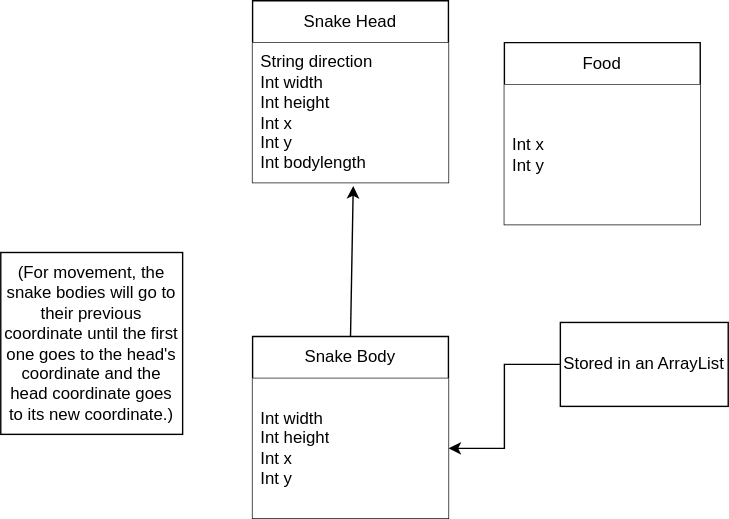
banananabusiness/project keeps this draw.io diagram as snake/snakeclassdiagram.drawio.svg. Above is the earlier version. Source tidied: cells renumbered, new cells last; positions are measured from the earlier drawing's top-left corner, leaving out a move shared by most shapes.
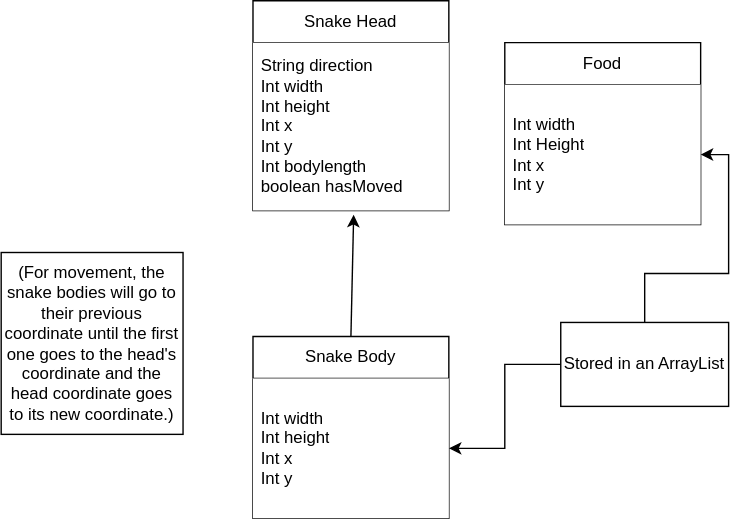
Above is the later version.

Change to the diagram source:
```diff
@@ -3,10 +3,10 @@
     <mxCell id="0" />
     <mxCell id="1" parent="0" />
     <mxCell id="2" value="Snake Head" style="swimlane;fontStyle=0;horizontal=1;startSize=30;whiteSpace=wrap;html=1;" parent="1" vertex="1">
-      <mxGeometry x="180" width="140" height="130" as="geometry" />
+      <mxGeometry x="180" width="140" height="150" as="geometry" />
     </mxCell>
-    <mxCell id="3" value="String direction&lt;br&gt;Int width&lt;br&gt;Int height&lt;br&gt;Int x&lt;br&gt;Int y&lt;br&gt;Int bodylength" style="text;align=left;verticalAlign=middle;spacingLeft=4;spacingRight=4;overflow=hidden;points=[[0,0.5],[1,0.5]];portConstraint=eastwest;whiteSpace=wrap;html=1;fillColor=default;" parent="2" vertex="1">
-      <mxGeometry y="30" width="140" height="100" as="geometry" />
+    <mxCell id="3" value="String direction&lt;br&gt;Int width&lt;br&gt;Int height&lt;br&gt;Int x&lt;br&gt;Int y&lt;br&gt;Int bodylength&lt;br&gt;boolean hasMoved" style="text;align=left;verticalAlign=middle;spacingLeft=4;spacingRight=4;overflow=hidden;points=[[0,0.5],[1,0.5]];portConstraint=eastwest;whiteSpace=wrap;html=1;fillColor=default;" parent="2" vertex="1">
+      <mxGeometry y="30" width="140" height="120" as="geometry" />
     </mxCell>
     <mxCell id="4" value="Snake Body" style="swimlane;fontStyle=0;horizontal=1;startSize=30;whiteSpace=wrap;html=1;" parent="1" vertex="1">
       <mxGeometry x="180" y="240" width="140" height="130" as="geometry" />
@@ -23,12 +23,15 @@
     <mxCell id="8" value="Food" style="swimlane;fontStyle=0;horizontal=1;startSize=30;whiteSpace=wrap;html=1;" parent="1" vertex="1">
       <mxGeometry x="360" y="30" width="140" height="130" as="geometry" />
     </mxCell>
-    <mxCell id="9" value="Int x&lt;br&gt;Int y" style="text;strokeColor=none;fillColor=default;align=left;verticalAlign=middle;spacingLeft=4;spacingRight=4;overflow=hidden;points=[[0,0.5],[1,0.5]];portConstraint=eastwest;whiteSpace=wrap;html=1;" parent="8" vertex="1">
+    <mxCell id="9" value="Int width&lt;br&gt;Int Height&lt;br&gt;Int x&lt;br&gt;Int y" style="text;strokeColor=none;fillColor=default;align=left;verticalAlign=middle;spacingLeft=4;spacingRight=4;overflow=hidden;points=[[0,0.5],[1,0.5]];portConstraint=eastwest;whiteSpace=wrap;html=1;" parent="8" vertex="1">
       <mxGeometry y="30" width="140" height="100" as="geometry" />
     </mxCell>
     <mxCell id="10" style="edgeStyle=orthogonalEdgeStyle;rounded=0;jettySize=auto;html=1;" parent="1" edge="1" source="11" target="5">
       <mxGeometry relative="1" as="geometry" />
     </mxCell>
+    <mxCell id="12" style="edgeStyle=orthogonalEdgeStyle;rounded=0;jettySize=auto;html=1;" parent="1" edge="1" source="11" target="9">
+      <mxGeometry relative="1" as="geometry" />
+    </mxCell>
     <mxCell id="11" value="Stored in an ArrayList" style="rounded=0;whiteSpace=wrap;html=1;" parent="1" vertex="1">
       <mxGeometry x="400" y="230" width="120" height="60" as="geometry" />
     </mxCell>
```
